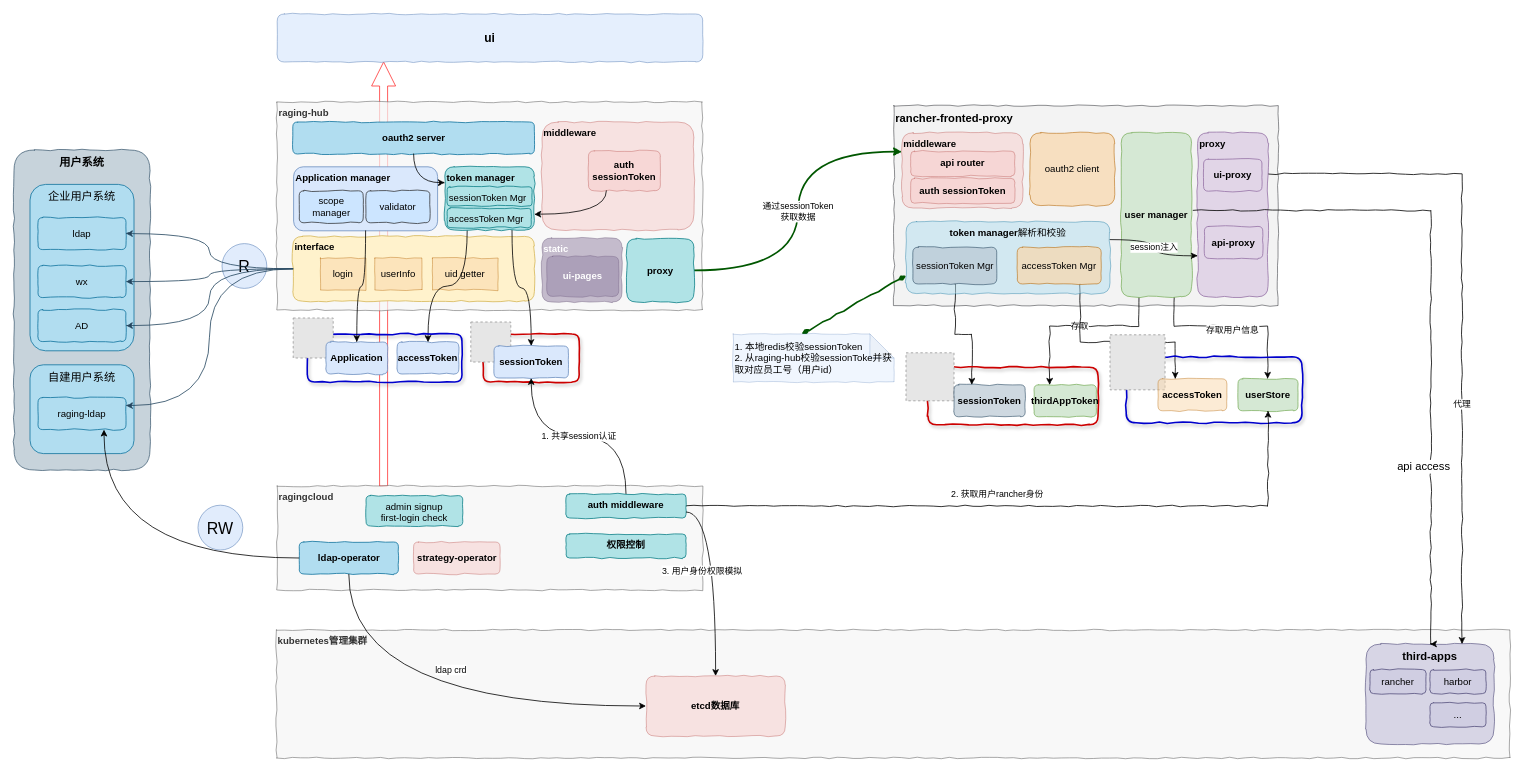
The draw.io diagram 项目关系-开发运维项目方案架构图.drawio in guowenshuai/draw.io, before the edit. Source tidied: cells renumbered, new cells numbered last; positions are measured from the earlier drawing's top-left corner, leaving out a move shared by most shapes. Both pictures are drawn from the tidied source at 80%, with x=0, y=0 at pixel (14, 14). Pictures stored in the file or linked from it are replaced by grey dashed boxes.
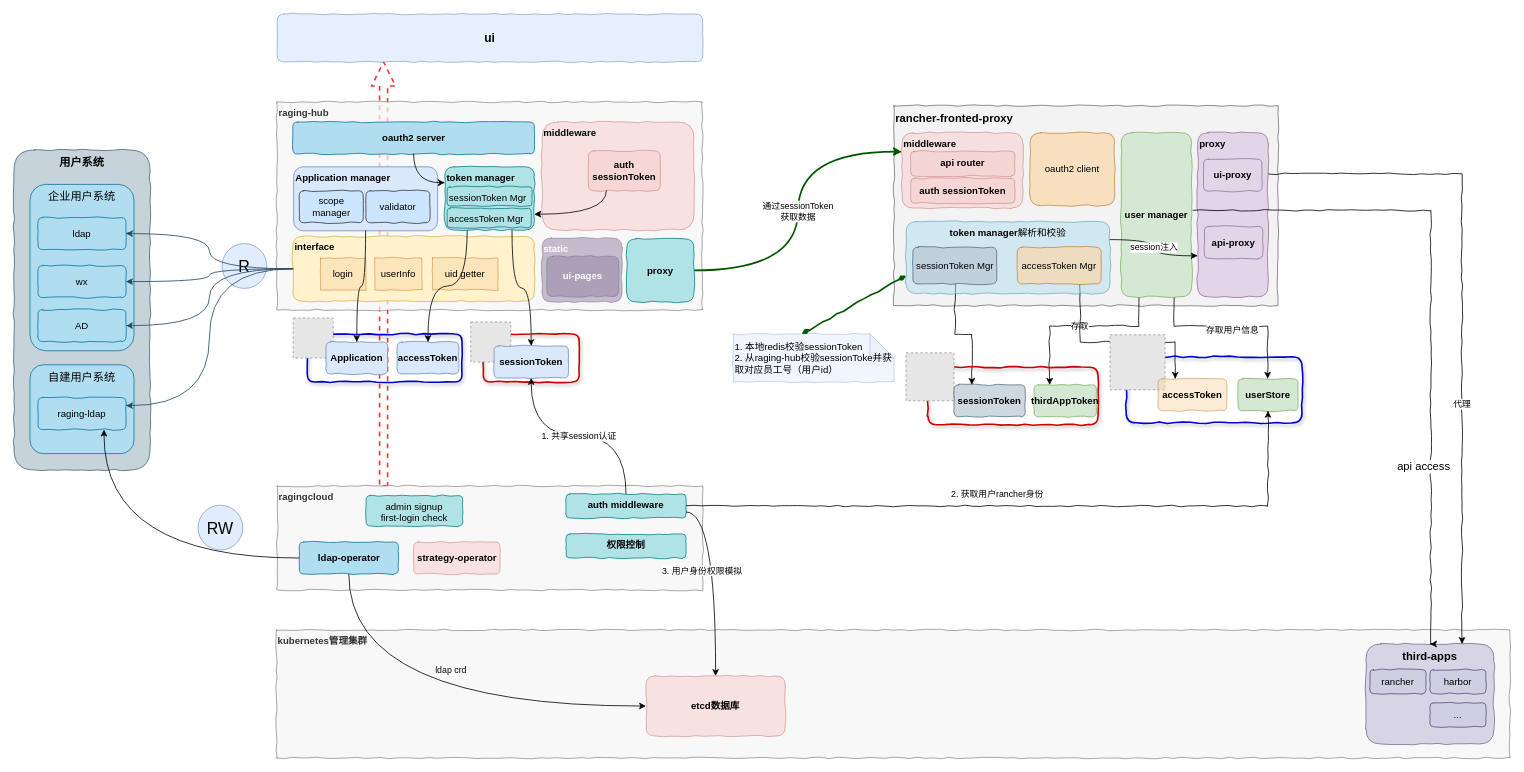
The same diagram, later.

Commit message:
Update 项目关系-开发运维项目方案架构图.drawio

The change refers to these unchanged cells:
```xml
<mxCell id="53" value="&lt;b style=&quot;font-size: 15px;&quot;&gt;ui&lt;br style=&quot;font-size: 15px;&quot;&gt;&lt;/b&gt;" style="rounded=1;whiteSpace=wrap;html=1;comic=1;verticalAlign=middle;align=center;fillColor=#dae8fc;strokeColor=#6c8ebf;fontSize=15;opacity=70;" parent="1" vertex="1">
  <mxGeometry x="329" width="532" height="60" as="geometry" />
</mxCell>
<mxCell id="85" value="&lt;b&gt;ragingcloud&lt;br&gt;&lt;/b&gt;" style="rounded=0;whiteSpace=wrap;html=1;comic=1;verticalAlign=top;align=left;fillColor=#f5f5f5;strokeColor=#666666;fontColor=#333333;opacity=70;" parent="1" vertex="1">
  <mxGeometry x="329" y="590" width="532" height="130" as="geometry" />
</mxCell>
```

Change to the diagram source:
```diff
@@
-    <mxCell id="2" style="endArrow=classic;html=1;entryX=0.25;entryY=1;entryDx=0;entryDy=0;exitX=0.25;exitY=0;exitDx=0;exitDy=0;strokeWidth=1;shape=arrow;strokeColor=#FF3333;" parent="1" edge="1" source="85" target="53">
+    <mxCell id="2" style="endArrow=classic;html=1;entryX=0.25;entryY=1;entryDx=0;entryDy=0;exitX=0.25;exitY=0;exitDx=0;exitDy=0;strokeWidth=2;shape=arrow;strokeColor=#FF3333;dashed=1;" parent="1" edge="1" source="85" target="53">
       <mxGeometry relative="1" as="geometry" />
     </mxCell>
```
